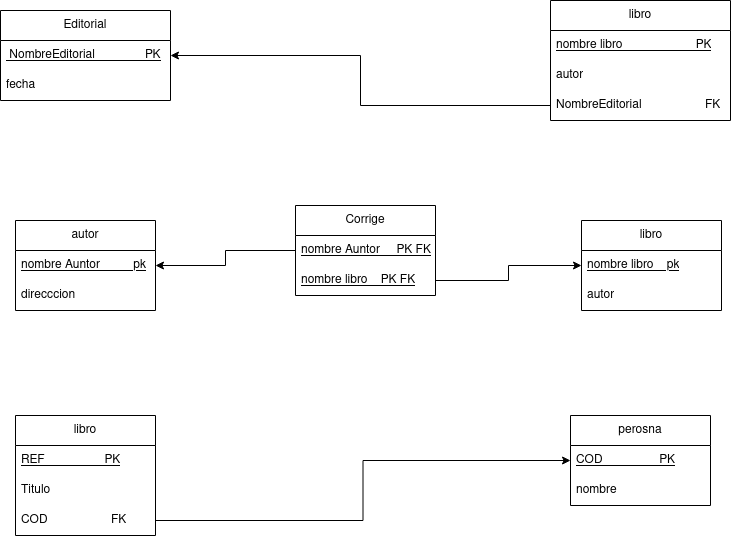
Before: Ejercicios/tarea2/modeloRelacional.png, a diagram exported from draw.io (adogonz23/BAE). Source tidied: cells renumbered, new cells last; positions are measured from the earlier drawing's top-left corner, leaving out a move shared by most shapes.
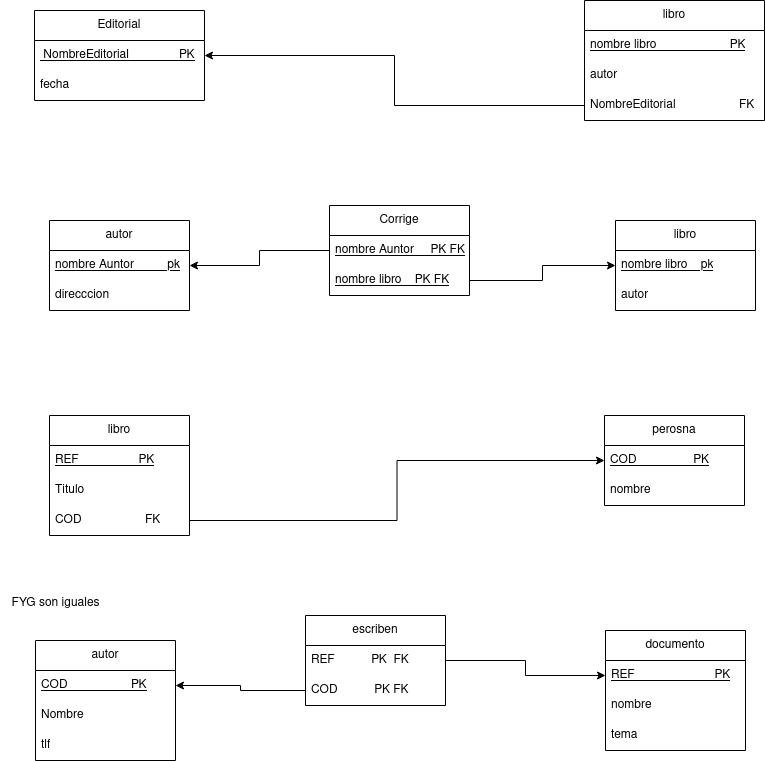
After the change.

The edit, as a diff of the source:
```diff
@@ -83,5 +83,47 @@
     <mxCell id="28" style="edgeStyle=orthogonalEdgeStyle;rounded=0;jettySize=auto;html=1;entryX=0;entryY=0.5;entryDx=0;entryDy=0;" parent="1" edge="1" source="24" target="26">
       <mxGeometry relative="1" as="geometry" />
     </mxCell>
+    <mxCell id="29" value="autor" style="swimlane;fontStyle=0;horizontal=1;startSize=30;whiteSpace=wrap;html=1;" parent="1" vertex="1">
+      <mxGeometry x="1" y="640" width="140" height="120" as="geometry" />
+    </mxCell>
+    <mxCell id="30" value="&lt;u&gt;COD&amp;nbsp;&amp;nbsp;&amp;nbsp;&amp;nbsp;&amp;nbsp;&amp;nbsp;&amp;nbsp;&amp;nbsp;&amp;nbsp;&amp;nbsp;&amp;nbsp;&amp;nbsp;&amp;nbsp;&amp;nbsp;&amp;nbsp;&amp;nbsp;&amp;nbsp;&amp;nbsp; PK&lt;/u&gt;" style="text;strokeColor=none;fillColor=none;align=left;verticalAlign=middle;spacingLeft=4;spacingRight=4;overflow=hidden;points=[[0,0.5],[1,0.5]];portConstraint=eastwest;whiteSpace=wrap;html=1;" parent="29" vertex="1">
+      <mxGeometry y="30" width="140" height="30" as="geometry" />
+    </mxCell>
+    <mxCell id="31" value="Nombre" style="text;strokeColor=none;fillColor=none;align=left;verticalAlign=middle;spacingLeft=4;spacingRight=4;overflow=hidden;whiteSpace=wrap;html=1;" parent="29" vertex="1">
+      <mxGeometry y="60" width="140" height="30" as="geometry" />
+    </mxCell>
+    <mxCell id="32" value="tlf" style="text;strokeColor=none;fillColor=none;align=left;verticalAlign=middle;spacingLeft=4;spacingRight=4;overflow=hidden;whiteSpace=wrap;html=1;" parent="29" vertex="1">
+      <mxGeometry y="90" width="140" height="30" as="geometry" />
+    </mxCell>
+    <mxCell id="33" value="documento" style="swimlane;fontStyle=0;horizontal=1;startSize=30;whiteSpace=wrap;html=1;" parent="1" vertex="1">
+      <mxGeometry x="571" y="630" width="140" height="120" as="geometry" />
+    </mxCell>
+    <mxCell id="34" value="&lt;u&gt;REF&amp;nbsp;&amp;nbsp;&amp;nbsp;&amp;nbsp;&amp;nbsp;&amp;nbsp;&amp;nbsp;&amp;nbsp;&amp;nbsp;&amp;nbsp;&amp;nbsp;&amp;nbsp;&amp;nbsp;&amp;nbsp;&amp;nbsp;&amp;nbsp;&amp;nbsp;&amp;nbsp;&amp;nbsp;&amp;nbsp;&amp;nbsp;&amp;nbsp;&amp;nbsp; PK&lt;br&gt;&lt;/u&gt;" style="text;strokeColor=none;fillColor=none;align=left;verticalAlign=middle;spacingLeft=4;spacingRight=4;overflow=hidden;points=[[0,0.5],[1,0.5]];portConstraint=eastwest;whiteSpace=wrap;html=1;" parent="33" vertex="1">
+      <mxGeometry y="30" width="140" height="30" as="geometry" />
+    </mxCell>
+    <mxCell id="35" value="nombre" style="text;strokeColor=none;fillColor=none;align=left;verticalAlign=middle;spacingLeft=4;spacingRight=4;overflow=hidden;whiteSpace=wrap;html=1;" parent="33" vertex="1">
+      <mxGeometry y="60" width="140" height="30" as="geometry" />
+    </mxCell>
+    <mxCell id="36" value="tema" style="text;strokeColor=none;fillColor=none;align=left;verticalAlign=middle;spacingLeft=4;spacingRight=4;overflow=hidden;whiteSpace=wrap;html=1;" parent="33" vertex="1">
+      <mxGeometry y="90" width="140" height="30" as="geometry" />
+    </mxCell>
+    <mxCell id="37" value="escriben" style="swimlane;fontStyle=0;horizontal=1;startSize=30;whiteSpace=wrap;html=1;" parent="1" vertex="1">
+      <mxGeometry x="271" y="615" width="140" height="90" as="geometry" />
+    </mxCell>
+    <mxCell id="38" value="REF&amp;nbsp;&amp;nbsp;&amp;nbsp;&amp;nbsp;&amp;nbsp;&amp;nbsp;&amp;nbsp;&amp;nbsp;&amp;nbsp;&amp;nbsp; PK&amp;nbsp; FK" style="text;strokeColor=none;fillColor=none;align=left;verticalAlign=middle;spacingLeft=4;spacingRight=4;overflow=hidden;points=[[0,0.5],[1,0.5]];portConstraint=eastwest;whiteSpace=wrap;html=1;" parent="37" vertex="1">
+      <mxGeometry y="30" width="140" height="30" as="geometry" />
+    </mxCell>
+    <mxCell id="39" value="COD&amp;nbsp;&amp;nbsp;&amp;nbsp;&amp;nbsp;&amp;nbsp;&amp;nbsp;&amp;nbsp;&amp;nbsp;&amp;nbsp;&amp;nbsp; PK FK" style="text;strokeColor=none;fillColor=none;align=left;verticalAlign=middle;spacingLeft=4;spacingRight=4;overflow=hidden;points=[[0,0.5],[1,0.5]];portConstraint=eastwest;whiteSpace=wrap;html=1;" parent="37" vertex="1">
+      <mxGeometry y="60" width="140" height="30" as="geometry" />
+    </mxCell>
+    <mxCell id="40" style="edgeStyle=orthogonalEdgeStyle;rounded=0;jettySize=auto;html=1;entryX=0;entryY=0.5;entryDx=0;entryDy=0;" parent="1" edge="1" source="38" target="34">
+      <mxGeometry relative="1" as="geometry" />
+    </mxCell>
+    <mxCell id="41" style="edgeStyle=orthogonalEdgeStyle;rounded=0;jettySize=auto;html=1;" parent="1" edge="1" source="39" target="30">
+      <mxGeometry relative="1" as="geometry" />
+    </mxCell>
+    <mxCell id="42" value="FYG son iguales" style="text;html=1;align=center;verticalAlign=middle;strokeColor=none;fillColor=none;" parent="1" vertex="1">
+      <mxGeometry x="-34" y="588" width="110" height="30" as="geometry" />
+    </mxCell>
   </root>
 </mxGraphModel>
```
